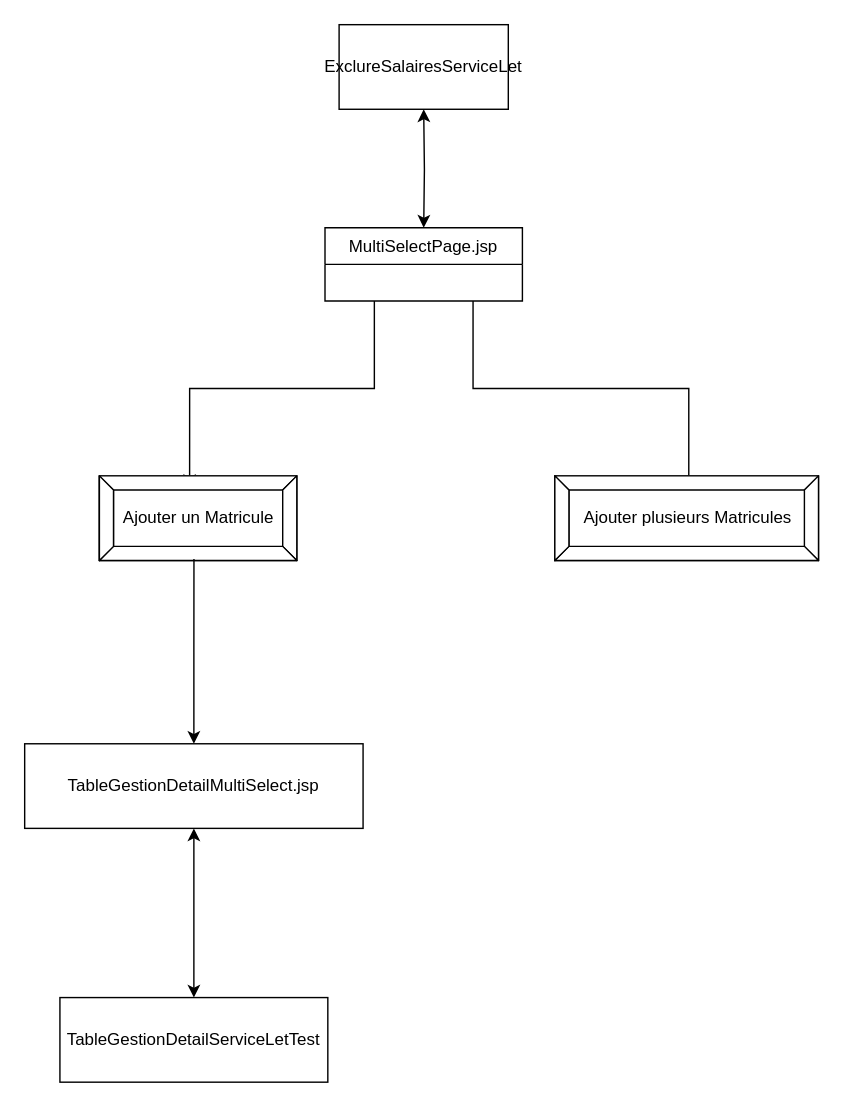
This is multiselect structure.drawio from edoreld/bulletin, a draw.io file, before an edit. Source tidied: cells renumbered, new cells numbered last; positions are measured from the earlier drawing's top-left corner, leaving out a move shared by most shapes. Both pictures are drawn from the tidied source at 141%, with x=0, y=0 at pixel (24, 24).
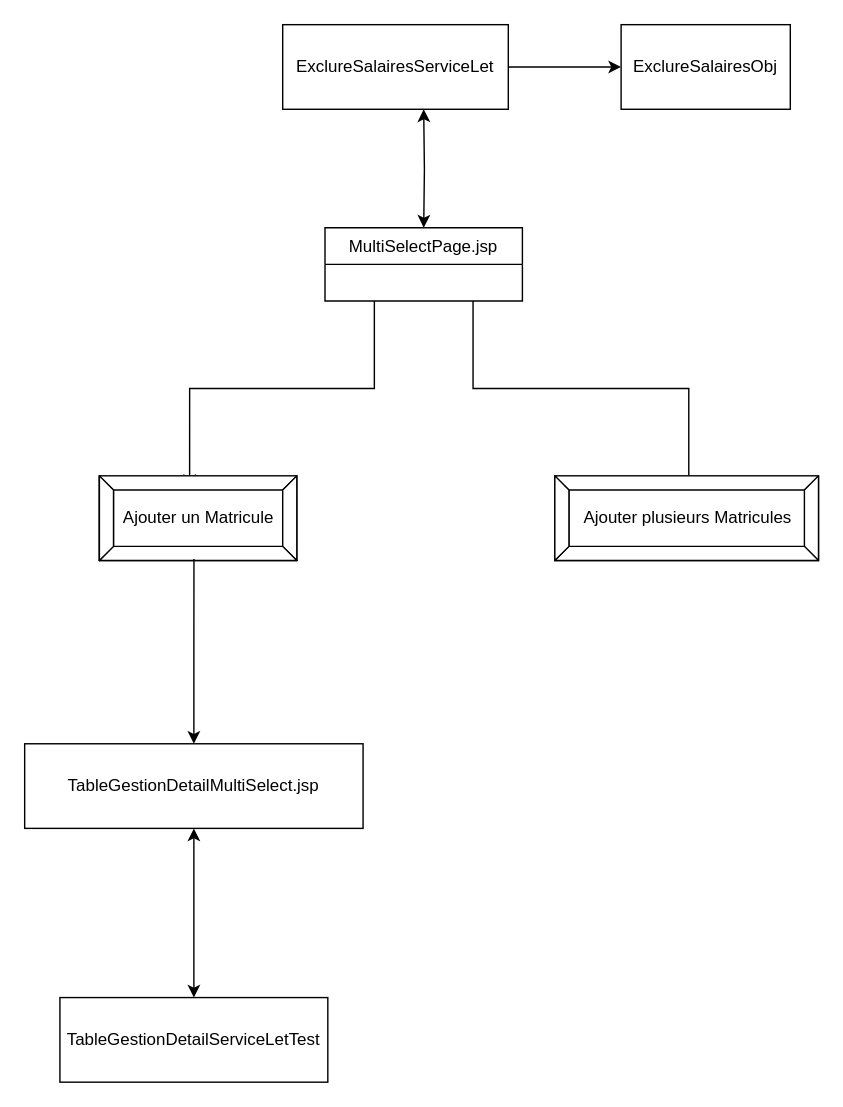
After the change.

The edit, as a diff of the source:
```diff
@@
 <mxGraphModel>
   <root>
     <mxCell id="0" />
     <mxCell id="1" parent="0" />
     <mxCell id="2" style="edgeStyle=orthogonalEdgeStyle;rounded=0;jettySize=auto;html=1;exitX=0.25;exitY=1;exitDx=0;exitDy=0;entryX=0.457;entryY=0.133;entryDx=0;entryDy=0;entryPerimeter=0;" parent="1" edge="1" source="4" target="5">
       <mxGeometry relative="1" as="geometry" />
     </mxCell>
     <mxCell id="3" style="edgeStyle=orthogonalEdgeStyle;rounded=0;jettySize=auto;html=1;exitX=0.75;exitY=1;exitDx=0;exitDy=0;entryX=0.508;entryY=0.183;entryDx=0;entryDy=0;entryPerimeter=0;" parent="1" edge="1" source="4" target="6">
       <mxGeometry relative="1" as="geometry" />
     </mxCell>
     <mxCell id="4" value="MultiSelectPage.jsp" style="swimlane;fontStyle=0;horizontal=1;startSize=26;fillColor=none;" parent="1" vertex="1">
       <mxGeometry x="213" y="144" width="140" height="52" as="geometry" />
     </mxCell>
     <mxCell id="5" value="Ajouter un Matricule" style="labelPosition=center;verticalLabelPosition=middle;align=center;html=1;shape=mxgraph.basic.button;dx=10;" parent="1" vertex="1">
       <mxGeometry x="53" y="320" width="140" height="60" as="geometry" />
     </mxCell>
     <mxCell id="6" value="Ajouter plusieurs Matricules" style="labelPosition=center;verticalLabelPosition=middle;align=center;html=1;shape=mxgraph.basic.button;dx=10;" parent="1" vertex="1">
       <mxGeometry x="376" y="320" width="187" height="60" as="geometry" />
     </mxCell>
     <mxCell id="7" style="edgeStyle=orthogonalEdgeStyle;rounded=0;jettySize=auto;html=1;exitX=0.5;exitY=0;exitDx=0;exitDy=0;entryX=0.479;entryY=0.983;entryDx=0;entryDy=0;entryPerimeter=0;endArrow=none;endFill=0;startArrow=classic;startFill=1;" parent="1" edge="1" source="9" target="5">
       <mxGeometry relative="1" as="geometry" />
     </mxCell>
     <mxCell id="8" style="edgeStyle=orthogonalEdgeStyle;rounded=0;jettySize=auto;html=1;exitX=0.5;exitY=1;exitDx=0;exitDy=0;entryX=0.5;entryY=0;entryDx=0;entryDy=0;startArrow=classic;startFill=1;endArrow=classic;endFill=1;" parent="1" edge="1" source="9" target="10">
       <mxGeometry relative="1" as="geometry" />
     </mxCell>
     <mxCell id="9" value="TableGestionDetailMultiSelect.jsp&lt;br&gt;" style="rounded=0;whiteSpace=wrap;html=1;" parent="1" vertex="1">
       <mxGeometry y="510" width="240" height="60" as="geometry" />
     </mxCell>
     <mxCell id="10" value="TableGestionDetailServiceLetTest" style="rounded=0;whiteSpace=wrap;html=1;" parent="1" vertex="1">
       <mxGeometry x="25" y="690" width="190" height="60" as="geometry" />
     </mxCell>
     <mxCell id="11" style="edgeStyle=orthogonalEdgeStyle;rounded=0;jettySize=auto;html=1;exitX=0.5;exitY=1;exitDx=0;exitDy=0;startArrow=classic;startFill=1;endArrow=classic;endFill=1;" parent="1" edge="1" target="4">
       <mxGeometry relative="1" as="geometry">
         <mxPoint x="283" y="60" as="sourcePoint" />
       </mxGeometry>
     </mxCell>
+    <mxCell id="13" style="edgeStyle=orthogonalEdgeStyle;rounded=0;jettySize=auto;html=1;exitX=1;exitY=0.5;exitDx=0;exitDy=0;entryX=0;entryY=0.5;entryDx=0;entryDy=0;startArrow=none;startFill=0;endArrow=classic;endFill=1;" parent="1" edge="1" source="12" target="14">
+      <mxGeometry relative="1" as="geometry" />
+    </mxCell>
     <mxCell id="12" value="ExclureSalairesServiceLet" style="rounded=0;whiteSpace=wrap;html=1;" parent="1" vertex="1">
-      <mxGeometry x="223" width="120" height="60" as="geometry" />
+      <mxGeometry x="183" width="160" height="60" as="geometry" />
     </mxCell>
+    <mxCell id="14" value="ExclureSalairesObj" style="rounded=0;whiteSpace=wrap;html=1;" parent="1" vertex="1">
+      <mxGeometry x="423" width="120" height="60" as="geometry" />
+    </mxCell>
   </root>
 </mxGraphModel>
```
